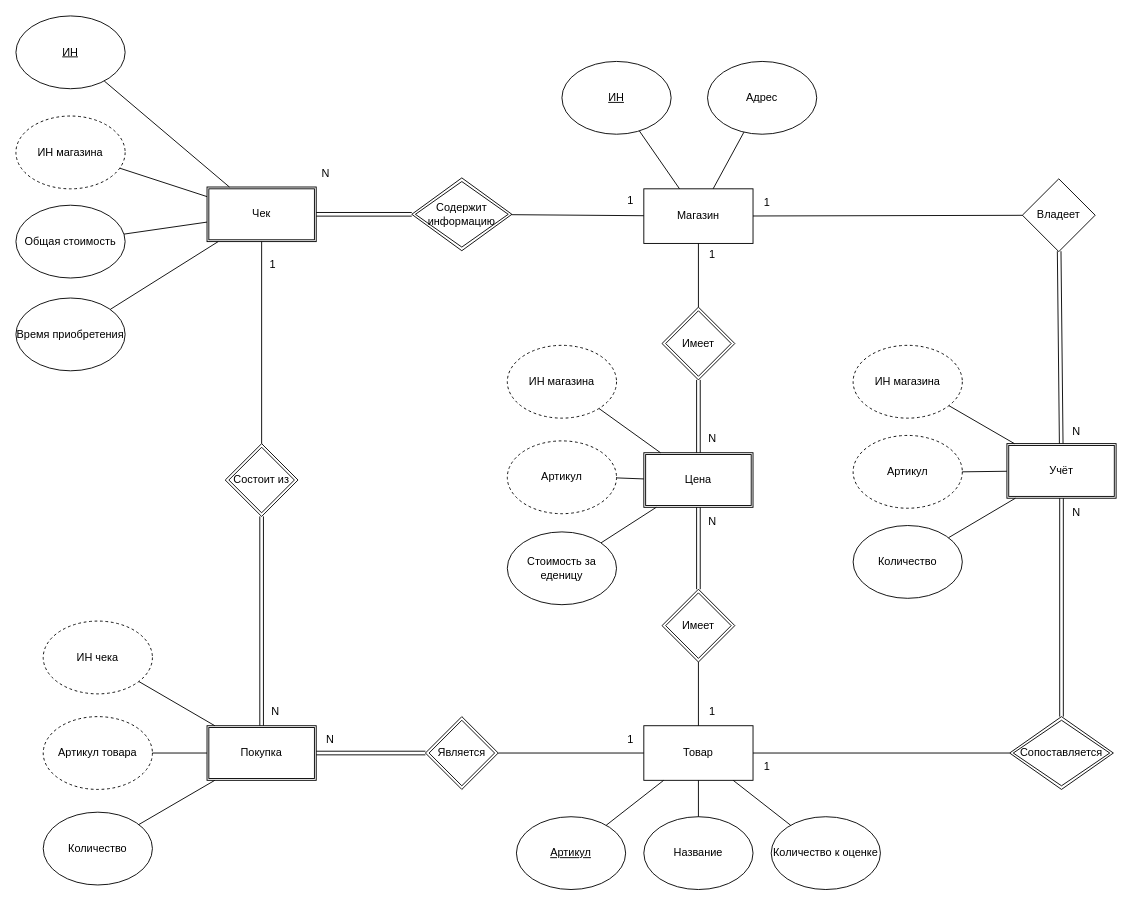
AnDreV133/BSTU-labs keeps this draw.io diagram as db/lab1/db1.drawio. Above is the earlier version. Source tidied: cells renumbered, new cells numbered last; positions are measured from the earlier drawing's top-left corner, leaving out a move shared by most shapes. Both pictures are drawn from the tidied source at 91%, with x=0, y=0 at pixel (15, 15).
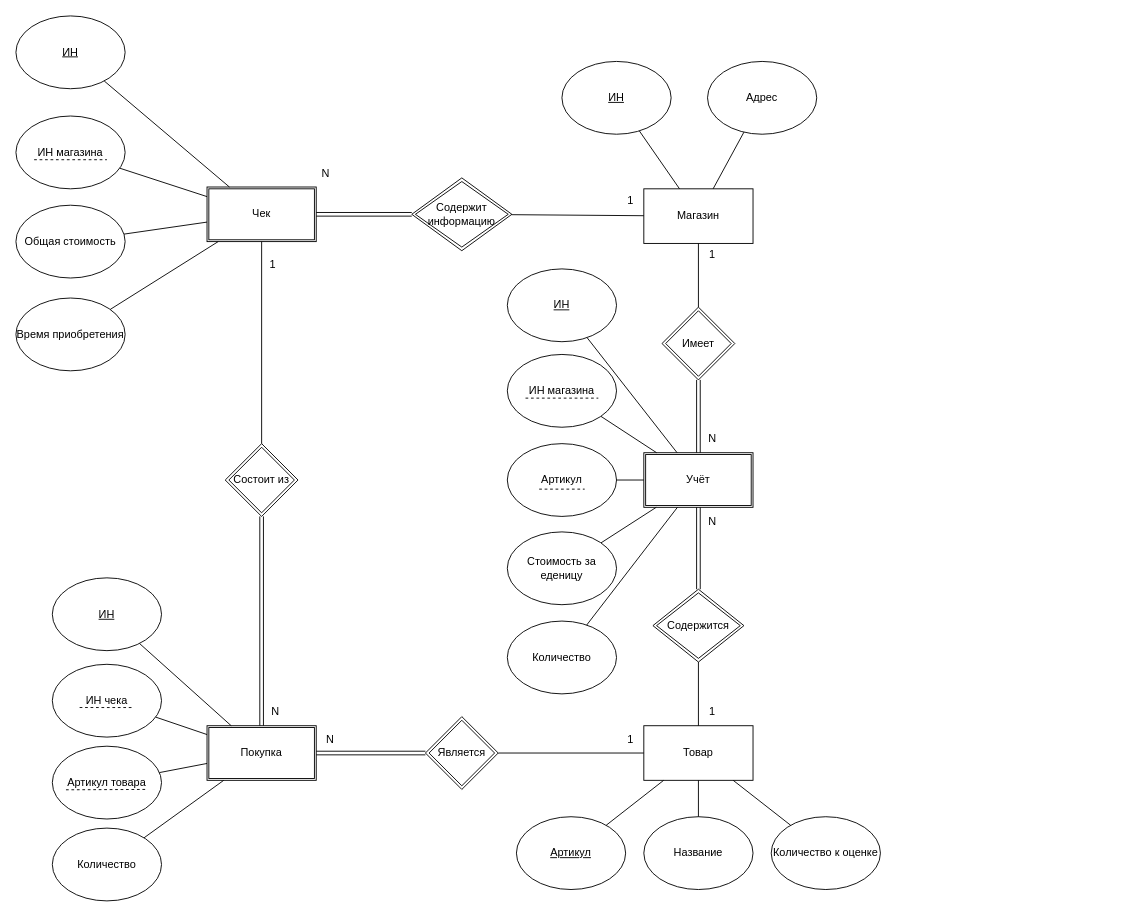
The same page after the edit.

The change refers to these unchanged cells:
```xml
<mxCell id="2" value="Магазин" style="rounded=0;whiteSpace=wrap;html=1;" parent="1" vertex="1">
  <mxGeometry x="690" y="190" width="120" height="60" as="geometry" />
</mxCell>
<mxCell id="7" value="Товар" style="rounded=0;whiteSpace=wrap;html=1;" parent="1" vertex="1">
  <mxGeometry x="690" y="780" width="120" height="60" as="geometry" />
</mxCell>
<mxCell id="21" value="Покупка" style="shape=ext;double=1;rounded=0;whiteSpace=wrap;html=1;" parent="1" vertex="1">
  <mxGeometry x="210" y="780" width="120" height="60" as="geometry" />
</mxCell>
```

What changed in the source:
```diff
@@
-    <mxCell id="14" value="Цена" style="shape=ext;double=1;rounded=0;whiteSpace=wrap;html=1;" parent="1" vertex="1">
+    <mxCell id="14" value="Учёт" style="shape=ext;double=1;rounded=0;whiteSpace=wrap;html=1;" parent="1" vertex="1">
       <mxGeometry x="690" y="480" width="120" height="60" as="geometry" />
     </mxCell>
-    <mxCell id="15" value="ИН магазина" style="dashed=1;ellipse;whiteSpace=wrap;html=1;" parent="1" vertex="1">
-      <mxGeometry x="540" y="362" width="120" height="80" as="geometry" />
+    <mxCell id="15" value="ИН магазина" style="ellipse;whiteSpace=wrap;html=1;" parent="1" vertex="1">
+      <mxGeometry x="540" y="372" width="120" height="80" as="geometry" />
     </mxCell>
-    <mxCell id="16" style="endArrow=none;html=1;rounded=0;" parent="1" edge="1" source="15" target="14">
-      <mxGeometry relative="1" as="geometry" />
-    </mxCell>
-    <mxCell id="17" value="Артикул" style="dashed=1;ellipse;whiteSpace=wrap;html=1;" parent="1" vertex="1">
-      <mxGeometry x="540" y="467" width="120" height="80" as="geometry" />
+    <mxCell id="17" value="Артикул" style="ellipse;whiteSpace=wrap;html=1;" parent="1" vertex="1">
+      <mxGeometry x="540" y="470" width="120" height="80" as="geometry" />
     </mxCell>
-    <mxCell id="18" style="endArrow=none;html=1;rounded=0;" parent="1" edge="1" source="17" target="14">
-      <mxGeometry relative="1" as="geometry" />
-    </mxCell>
@@
-    <mxCell id="22" value="ИН чека" style="dashed=1;ellipse;whiteSpace=wrap;html=1;" parent="1" vertex="1">
-      <mxGeometry x="30" y="665" width="120" height="80" as="geometry" />
+    <mxCell id="22" value="ИН чека" style="ellipse;whiteSpace=wrap;html=1;" parent="1" vertex="1">
+      <mxGeometry x="40" y="712.5" width="120" height="80" as="geometry" />
     </mxCell>
@@
-    <mxCell id="24" value="Артикул товара" style="dashed=1;ellipse;whiteSpace=wrap;html=1;" parent="1" vertex="1">
-      <mxGeometry x="30" y="770" width="120" height="80" as="geometry" />
+    <mxCell id="24" value="Артикул товара" style="ellipse;whiteSpace=wrap;html=1;" parent="1" vertex="1">
+      <mxGeometry x="40" y="802.5" width="120" height="80" as="geometry" />
     </mxCell>
@@
     <mxCell id="26" value="Количество" style="ellipse;whiteSpace=wrap;html=1;" parent="1" vertex="1">
-      <mxGeometry x="30" y="875" width="120" height="80" as="geometry" />
+      <mxGeometry x="40" y="892.5" width="120" height="80" as="geometry" />
     </mxCell>
@@
-    <mxCell id="31" value="ИН магазина" style="dashed=1;ellipse;whiteSpace=wrap;html=1;" parent="1" vertex="1">
+    <mxCell id="31" value="ИН магазина" style="ellipse;whiteSpace=wrap;html=1;" parent="1" vertex="1">
       <mxGeometry y="110" width="120" height="80" as="geometry" />
     </mxCell>
@@
-    <mxCell id="39" value="Имеет" style="double=1;rhombus;whiteSpace=wrap;html=1;" parent="1" vertex="1">
-      <mxGeometry x="710" y="630" width="80" height="80" as="geometry" />
+    <mxCell id="39" value="Содержится" style="double=1;rhombus;whiteSpace=wrap;html=1;" parent="1" vertex="1">
+      <mxGeometry x="700" y="630" width="100" height="80" as="geometry" />
     </mxCell>
@@
-    <mxCell id="41" value="Учёт" style="shape=ext;double=1;rounded=0;whiteSpace=wrap;html=1;" parent="1" vertex="1">
-      <mxGeometry x="1089" y="470" width="120" height="60" as="geometry" />
-    </mxCell>
-    <mxCell id="42" value="ИН магазина" style="dashed=1;ellipse;whiteSpace=wrap;html=1;" parent="1" vertex="1">
-      <mxGeometry x="920" y="362" width="120" height="80" as="geometry" />
-    </mxCell>
-    <mxCell id="43" style="endArrow=none;html=1;rounded=0;" parent="1" edge="1" source="42" target="41">
-      <mxGeometry relative="1" as="geometry" />
-    </mxCell>
-    <mxCell id="44" value="Артикул" style="dashed=1;ellipse;whiteSpace=wrap;html=1;" parent="1" vertex="1">
-      <mxGeometry x="920" y="461" width="120" height="80" as="geometry" />
-    </mxCell>
-    <mxCell id="45" style="endArrow=none;html=1;rounded=0;" parent="1" edge="1" source="44" target="41">
-      <mxGeometry relative="1" as="geometry" />
-    </mxCell>
     <mxCell id="46" value="Количество" style="ellipse;whiteSpace=wrap;html=1;" parent="1" vertex="1">
-      <mxGeometry x="920" y="560" width="120" height="80" as="geometry" />
+      <mxGeometry x="540" y="665" width="120" height="80" as="geometry" />
     </mxCell>
-    <mxCell id="47" style="endArrow=none;html=1;rounded=0;" parent="1" edge="1" source="46" target="41">
+    <mxCell id="47" style="endArrow=none;html=1;rounded=0;" parent="1" edge="1" source="46" target="14">
       <mxGeometry relative="1" as="geometry" />
     </mxCell>
-    <mxCell id="48" value="Сопоставляется" style="double=1;rhombus;whiteSpace=wrap;html=1;" parent="1" vertex="1">
-      <mxGeometry x="1092" y="770" width="114" height="80" as="geometry" />
-    </mxCell>
-    <mxCell id="49" style="endArrow=none;html=1;rounded=0;" parent="1" edge="1" source="48" target="7">
-      <mxGeometry relative="1" as="geometry" />
-    </mxCell>
-    <mxCell id="50" value="Владеет" style="rhombus;whiteSpace=wrap;html=1;" parent="1" vertex="1">
-      <mxGeometry x="1106" y="179" width="80" height="80" as="geometry" />
-    </mxCell>
-    <mxCell id="51" style="endArrow=none;html=1;rounded=0;shape=link;" parent="1" edge="1" source="48" target="41">
-      <mxGeometry relative="1" as="geometry" />
-    </mxCell>
-    <mxCell id="52" style="endArrow=none;html=1;rounded=0;" parent="1" edge="1" source="50" target="2">
-      <mxGeometry relative="1" as="geometry" />
-    </mxCell>
@@
-    <mxCell id="74" style="shape=link;html=1;rounded=0;" parent="1" edge="1" source="41" target="50">
-      <mxGeometry relative="1" as="geometry" />
-    </mxCell>
-    <mxCell id="75" value="N" style="text;html=1;align=center;verticalAlign=middle;strokeColor=none;fillColor=none;" parent="1" vertex="1">
-      <mxGeometry x="1150" y="442" width="30" height="30" as="geometry" />
-    </mxCell>
-    <mxCell id="76" value="1" style="text;html=1;align=center;verticalAlign=middle;strokeColor=none;fillColor=none;" parent="1" vertex="1">
-      <mxGeometry x="810" y="190" width="30" height="30" as="geometry" />
-    </mxCell>
-    <mxCell id="77" value="N" style="text;html=1;align=center;verticalAlign=middle;strokeColor=none;fillColor=none;" parent="1" vertex="1">
-      <mxGeometry x="1150" y="531" width="30" height="30" as="geometry" />
-    </mxCell>
-    <mxCell id="78" value="1" style="text;html=1;align=center;verticalAlign=middle;strokeColor=none;fillColor=none;" parent="1" vertex="1">
-      <mxGeometry x="810" y="810" width="30" height="30" as="geometry" />
-    </mxCell>
+    <mxCell id="79" value="&lt;u&gt;ИН&lt;/u&gt;" style="ellipse;whiteSpace=wrap;html=1;" parent="1" vertex="1">
+      <mxGeometry x="540" y="278" width="120" height="80" as="geometry" />
+    </mxCell>
+    <mxCell id="18" style="endArrow=none;html=1;rounded=0;" parent="1" edge="1" source="17" target="14">
+      <mxGeometry relative="1" as="geometry" />
+    </mxCell>
+    <mxCell id="16" style="endArrow=none;html=1;rounded=0;" parent="1" edge="1" source="15" target="14">
+      <mxGeometry relative="1" as="geometry" />
+    </mxCell>
+    <mxCell id="80" style="endArrow=none;html=1;rounded=0;" parent="1" edge="1" source="79" target="14">
+      <mxGeometry relative="1" as="geometry" />
+    </mxCell>
+    <mxCell id="81" style="endArrow=none;dashed=1;html=1;rounded=0;" parent="1" edge="1">
+      <mxGeometry relative="1" as="geometry">
+        <mxPoint x="575" y="520" as="sourcePoint" />
+        <mxPoint x="625" y="520" as="targetPoint" />
+      </mxGeometry>
+    </mxCell>
+    <mxCell id="82" style="endArrow=none;dashed=1;html=1;rounded=0;" parent="1" edge="1">
+      <mxGeometry relative="1" as="geometry">
+        <mxPoint x="560" y="420" as="sourcePoint" />
+        <mxPoint x="640" y="420" as="targetPoint" />
+      </mxGeometry>
+    </mxCell>
+    <mxCell id="83" value="&lt;u&gt;ИН&lt;/u&gt;" style="ellipse;whiteSpace=wrap;html=1;" parent="1" vertex="1">
+      <mxGeometry x="40" y="617.5" width="120" height="80" as="geometry" />
+    </mxCell>
+    <mxCell id="84" style="endArrow=none;html=1;rounded=0;" parent="1" edge="1" source="83" target="21">
+      <mxGeometry relative="1" as="geometry" />
+    </mxCell>
+    <mxCell id="85" style="endArrow=none;dashed=1;html=1;rounded=0;" parent="1" edge="1">
+      <mxGeometry relative="1" as="geometry">
+        <mxPoint x="55" y="850.4" as="sourcePoint" />
+        <mxPoint x="145" y="850" as="targetPoint" />
+      </mxGeometry>
+    </mxCell>
+    <mxCell id="86" style="endArrow=none;dashed=1;html=1;rounded=0;entryX=0.75;entryY=0.594;entryDx=0;entryDy=0;entryPerimeter=0;" parent="1" edge="1" target="22">
+      <mxGeometry relative="1" as="geometry">
+        <mxPoint x="70" y="760" as="sourcePoint" />
+      </mxGeometry>
+    </mxCell>
+    <mxCell id="87" style="endArrow=none;dashed=1;html=1;rounded=0;" parent="1" edge="1">
+      <mxGeometry relative="1" as="geometry">
+        <mxPoint x="20" y="158" as="sourcePoint" />
+        <mxPoint x="100" y="158" as="targetPoint" />
+      </mxGeometry>
+    </mxCell>
```
